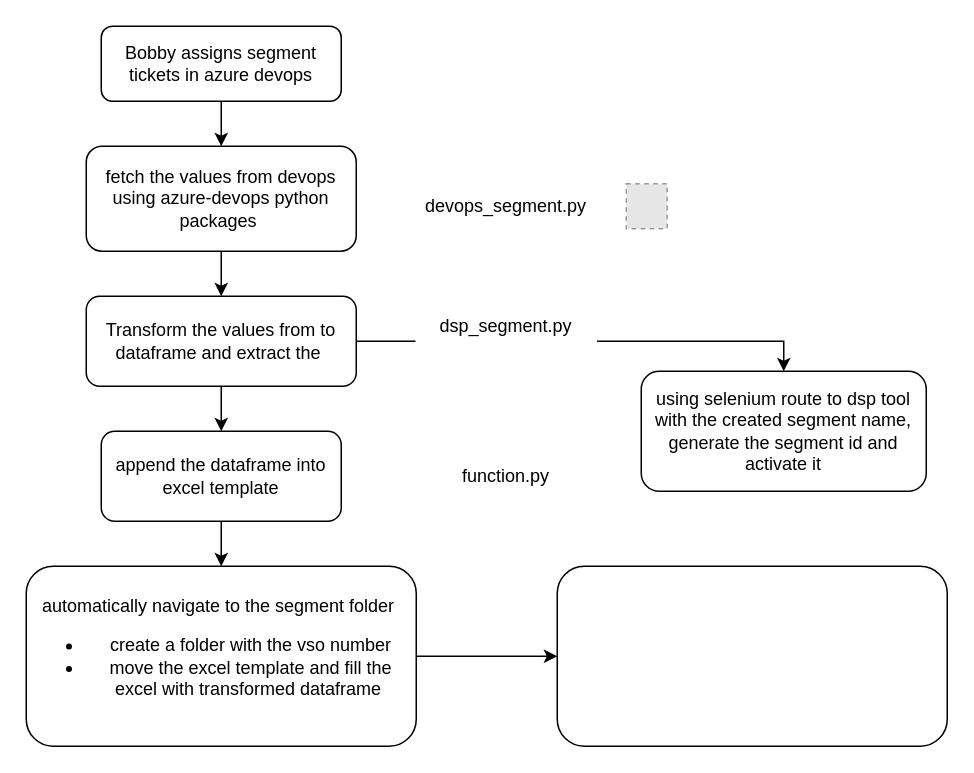
Before: Copy of segment_creation.drawio in ajmalbinnizam/commit, a draw.io diagram. Source tidied: cells renumbered, new cells numbered last; positions are measured from the earlier drawing's top-left corner, leaving out a move shared by most shapes. Both pictures are drawn from the tidied source at 150%, with x=0, y=0 at pixel (26, 26). Pictures stored in the file or linked from it are replaced by grey dashed boxes.
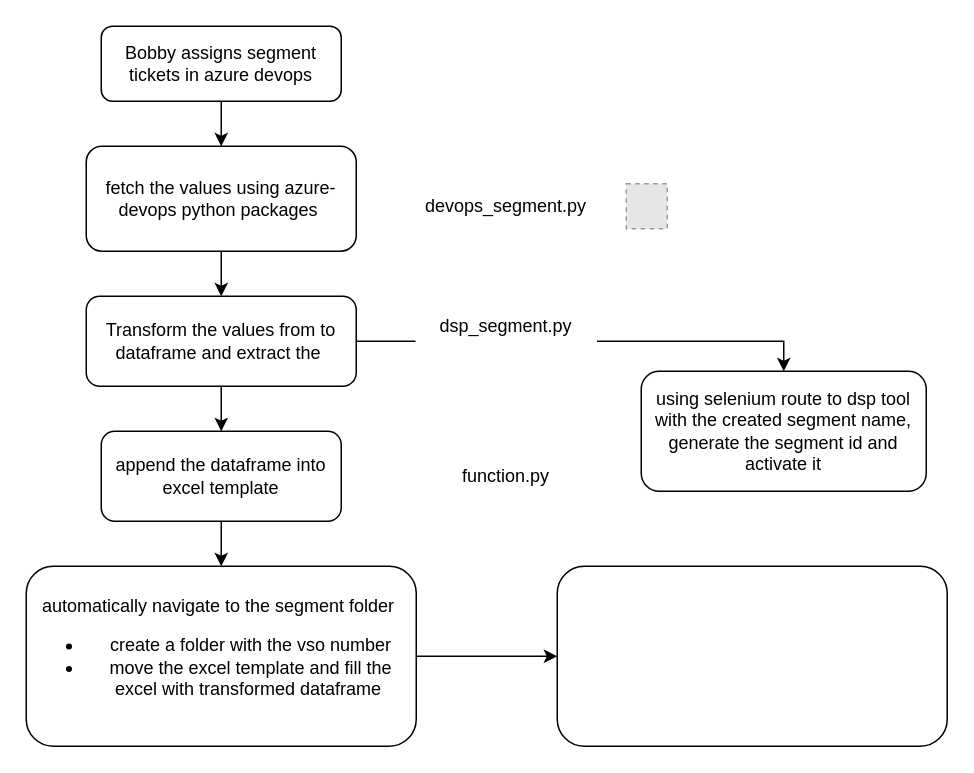
Above is the later version.

Change to the diagram source:
```diff
@@
 <mxGraphModel>
   <root>
     <mxCell id="0" />
     <mxCell id="1" parent="0" />
     <mxCell id="2" style="edgeStyle=orthogonalEdgeStyle;rounded=0;jettySize=auto;html=1;entryX=0.5;entryY=0;entryDx=0;entryDy=0;" parent="1" edge="1" source="3" target="7">
       <mxGeometry relative="1" as="geometry" />
     </mxCell>
     <mxCell id="3" value="Bobby assigns segment tickets in azure devops" style="rounded=1;whiteSpace=wrap;html=1;fontSize=12;glass=0;strokeWidth=1;shadow=0;" parent="1" vertex="1">
       <mxGeometry x="50" width="160" height="50" as="geometry" />
     </mxCell>
     <mxCell id="4" style="edgeStyle=orthogonalEdgeStyle;rounded=0;jettySize=auto;html=1;" parent="1" edge="1" source="5" target="18">
       <mxGeometry relative="1" as="geometry" />
     </mxCell>
     <mxCell id="5" value="automatically navigate to the segment folder&amp;nbsp;&lt;br&gt;&lt;ul&gt;&lt;li&gt;create a folder with the vso number&lt;/li&gt;&lt;li&gt;move the excel template and fill the excel with transformed dataframe&amp;nbsp;&lt;/li&gt;&lt;/ul&gt;" style="rounded=1;whiteSpace=wrap;html=1;fontSize=12;glass=0;strokeWidth=1;shadow=0;align=center;" parent="1" vertex="1">
       <mxGeometry y="360" width="260" height="120" as="geometry" />
     </mxCell>
     <mxCell id="6" style="edgeStyle=orthogonalEdgeStyle;rounded=0;jettySize=auto;html=1;" parent="1" edge="1" source="7" target="12">
       <mxGeometry relative="1" as="geometry" />
     </mxCell>
-    <mxCell id="7" value="fetch the values from devops using azure-devops python packages&amp;nbsp;" style="rounded=1;whiteSpace=wrap;html=1;fontSize=12;glass=0;strokeWidth=1;shadow=0;" parent="1" vertex="1">
+    <mxCell id="7" value="fetch the values using azure-devops python packages&amp;nbsp;" style="rounded=1;whiteSpace=wrap;html=1;fontSize=12;glass=0;strokeWidth=1;shadow=0;" parent="1" vertex="1">
       <mxGeometry x="40" y="80" width="180" height="70" as="geometry" />
     </mxCell>
     <mxCell id="8" value="using selenium route to dsp tool with the created segment name, generate the segment id and activate it" style="rounded=1;whiteSpace=wrap;html=1;fontSize=12;glass=0;strokeWidth=1;shadow=0;" parent="1" vertex="1">
       <mxGeometry x="410" y="230" width="190" height="80" as="geometry" />
     </mxCell>
     <mxCell id="9" style="fillColor=#E6E6E6;strokeColor=#999999;dashed=1;verticalLabelPosition=bottom;labelBackgroundColor=default;verticalAlign=top;" parent="1" vertex="1">
       <mxGeometry x="400" y="105" width="27.3" height="30" as="geometry" />
     </mxCell>
     <mxCell id="10" style="edgeStyle=orthogonalEdgeStyle;rounded=0;jettySize=auto;html=1;entryX=0.5;entryY=0;entryDx=0;entryDy=0;" parent="1" edge="1" source="12" target="8">
       <mxGeometry relative="1" as="geometry" />
     </mxCell>
     <mxCell id="11" style="edgeStyle=orthogonalEdgeStyle;rounded=0;jettySize=auto;html=1;entryX=0.5;entryY=0;entryDx=0;entryDy=0;" parent="1" edge="1" source="16" target="5">
       <mxGeometry relative="1" as="geometry" />
     </mxCell>
     <mxCell id="12" value="Transform the values from to dataframe and extract the&amp;nbsp;" style="rounded=1;whiteSpace=wrap;html=1;fontSize=12;glass=0;strokeWidth=1;shadow=0;" parent="1" vertex="1">
       <mxGeometry x="40" y="180" width="180" height="60" as="geometry" />
     </mxCell>
     <mxCell id="13" value="devops_segment.py" style="whiteSpace=wrap;html=1;strokeColor=#ffffff;" parent="1" vertex="1">
       <mxGeometry x="260" y="100" width="120" height="40" as="geometry" />
     </mxCell>
     <mxCell id="14" value="dsp_segment.py" style="whiteSpace=wrap;html=1;strokeColor=#ffffff;" parent="1" vertex="1">
       <mxGeometry x="260" y="180" width="120" height="40" as="geometry" />
     </mxCell>
     <mxCell id="15" style="edgeStyle=orthogonalEdgeStyle;rounded=0;jettySize=auto;html=1;entryX=0.5;entryY=0;entryDx=0;entryDy=0;" parent="1" edge="1" source="12" target="16">
       <mxGeometry relative="1" as="geometry" />
     </mxCell>
     <mxCell id="16" value="append the dataframe into excel template" style="rounded=1;whiteSpace=wrap;html=1;fontSize=12;glass=0;strokeWidth=1;shadow=0;" parent="1" vertex="1">
       <mxGeometry x="50" y="270" width="160" height="60" as="geometry" />
     </mxCell>
     <mxCell id="17" value="function.py" style="whiteSpace=wrap;html=1;strokeColor=#ffffff;" parent="1" vertex="1">
       <mxGeometry x="260" y="280" width="120" height="40" as="geometry" />
     </mxCell>
     <mxCell id="18" style="rounded=1;whiteSpace=wrap;html=1;fontSize=12;glass=0;strokeWidth=1;shadow=0;align=center;" parent="1" vertex="1">
       <mxGeometry x="354" y="360" width="260" height="120" as="geometry" />
     </mxCell>
   </root>
 </mxGraphModel>
```
